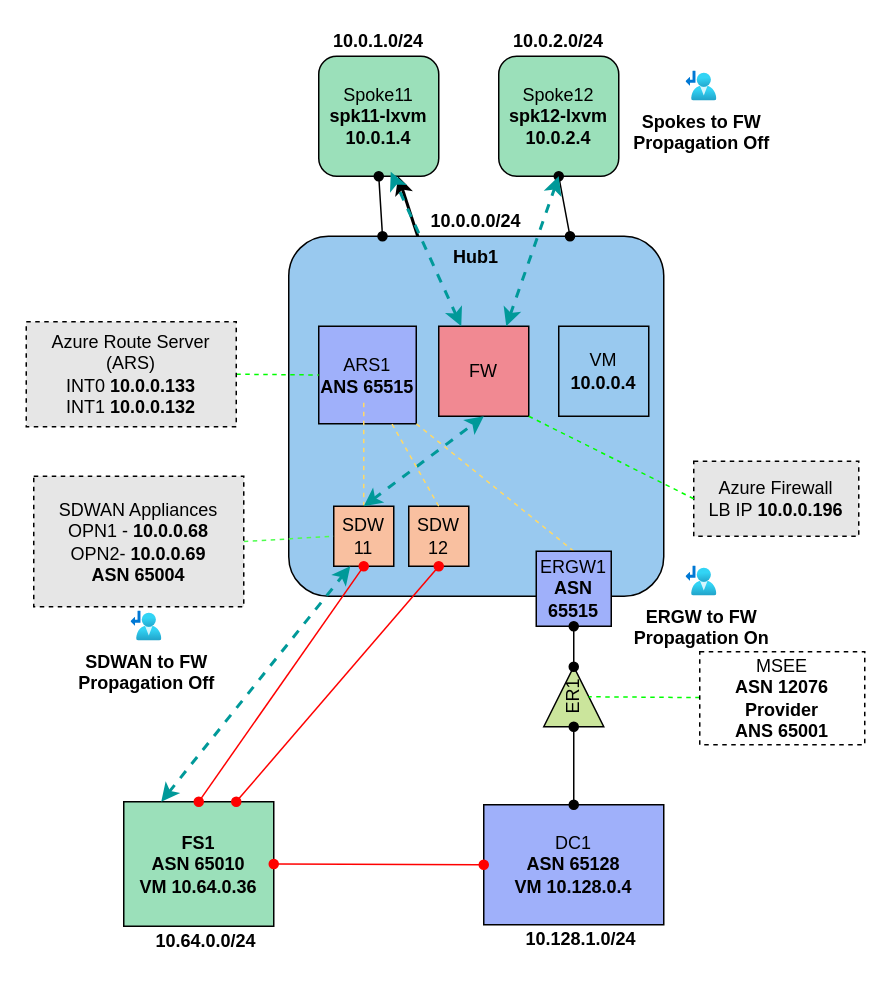
Earlier version of the draw.io diagram ars-sdwan-er/media/lab.drawio (dmauser/azure-routeserver). Source tidied: cells renumbered, new cells numbered last; positions are measured from the earlier drawing's top-left corner, leaving out a move shared by most shapes. Both pictures are drawn from the tidied source at 150%, with x=0, y=0 at pixel (26, 26).
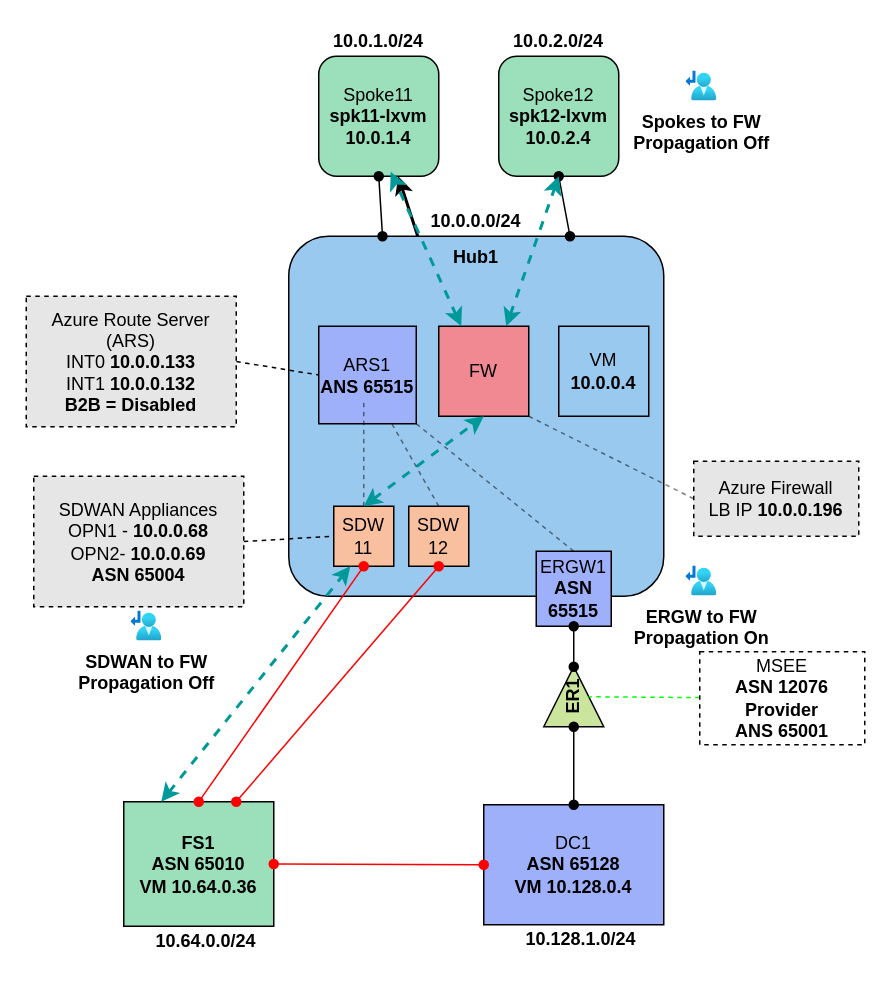
The same page after the edit.

The change refers to these unchanged cells:
```xml
<mxCell id="7" value="ARS1&lt;br&gt;&lt;b&gt;ANS 65515&lt;/b&gt;" style="whiteSpace=wrap;html=1;fillColor=#9FB0FA;" parent="1" vertex="1">
  <mxGeometry x="195" y="200" width="65" height="65" as="geometry" />
</mxCell>
<mxCell id="9" value="SDW&lt;br&gt;11" style="whiteSpace=wrap;html=1;fillColor=#F9C0A0;direction=south;" parent="1" vertex="1">
  <mxGeometry x="205" y="320" width="40" height="40" as="geometry" />
</mxCell>
<mxCell id="10" value="FW" style="whiteSpace=wrap;html=1;gradientColor=none;fillStyle=auto;fillColor=#F18992;" parent="1" vertex="1">
  <mxGeometry x="275" y="200" width="60" height="60" as="geometry" />
</mxCell>
<mxCell id="18" value="ERGW1&lt;br&gt;&lt;b&gt;ASN 65515&lt;/b&gt;" style="whiteSpace=wrap;html=1;fillStyle=auto;fillColor=#9FB0FA;" parent="1" vertex="1">
  <mxGeometry x="340" y="350" width="50" height="50" as="geometry" />
</mxCell>
<mxCell id="31" value="SDWAN Appliances&lt;br&gt;OPN1 -&amp;nbsp;&lt;b&gt;10.0.0.68&lt;/b&gt;&lt;br&gt;OPN2-&amp;nbsp;&lt;b&gt;10.0.0.69&lt;br&gt;ASN 65004&lt;br&gt;&lt;/b&gt;" style="text;html=1;strokeColor=default;fillColor=#E6E6E6;align=center;verticalAlign=middle;whiteSpace=wrap;rounded=0;dashed=1;" parent="1" vertex="1">
  <mxGeometry x="5" y="300" width="140" height="87" as="geometry" />
</mxCell>
<mxCell id="32" value="Azure Firewall&lt;br&gt;LB IP&amp;nbsp;&lt;b&gt;10.0.0.196&lt;/b&gt;" style="text;html=1;strokeColor=default;fillColor=#E6E6E6;align=center;verticalAlign=middle;whiteSpace=wrap;rounded=0;dashed=1;" parent="1" vertex="1">
  <mxGeometry x="445" y="290" width="110" height="50" as="geometry" />
</mxCell>
<mxCell id="35" value="SDW&lt;br&gt;12" style="whiteSpace=wrap;html=1;fillColor=#F9C0A0;direction=south;" parent="1" vertex="1">
  <mxGeometry x="255" y="320" width="40" height="40" as="geometry" />
</mxCell>
```

The edit, as a diff of the source:
```diff
@@
-<mxGraphModel background="#ffffff">
+<mxGraphModel>
@@
-    <mxCell id="6" value="ER1" style="triangle;whiteSpace=wrap;html=1;rotation=-90;fillColor=#CBE59C;" parent="1" vertex="1">
+    <mxCell id="6" value="ER1" style="triangle;whiteSpace=wrap;html=1;rotation=-90;fillColor=#CBE59C;fontStyle=1;" parent="1" vertex="1">
       <mxGeometry x="345" y="427" width="40" height="40" as="geometry" />
     </mxCell>
@@
-    <mxCell id="8" style="rounded=0;jettySize=auto;html=1;exitX=0;exitY=0.5;exitDx=0;exitDy=0;dashed=1;strokeColor=#FFD966;endArrow=none;endFill=0;" parent="1" edge="1" source="9">
+    <mxCell id="8" style="rounded=0;jettySize=auto;html=1;exitX=0;exitY=0.5;exitDx=0;exitDy=0;dashed=1;strokeColor=#000000;endArrow=none;endFill=0;opacity=50;" parent="1" edge="1" source="9">
       <mxGeometry relative="1" as="geometry">
         <mxPoint x="225" y="250" as="targetPoint" />
       </mxGeometry>
     </mxCell>
@@
-    <mxCell id="11" style="rounded=0;jettySize=auto;html=1;exitX=0.5;exitY=0;exitDx=0;exitDy=0;entryX=1;entryY=1;entryDx=0;entryDy=0;endArrow=none;endFill=0;dashed=1;strokeColor=#FFD966;" parent="1" edge="1" source="18" target="7">
+    <mxCell id="11" style="rounded=0;jettySize=auto;html=1;exitX=0.5;exitY=0;exitDx=0;exitDy=0;entryX=1;entryY=1;entryDx=0;entryDy=0;endArrow=none;endFill=0;dashed=1;strokeColor=#000000;opacity=50;" parent="1" edge="1" source="18" target="7">
       <mxGeometry relative="1" as="geometry" />
     </mxCell>
@@
-    <mxCell id="28" style="rounded=0;jettySize=auto;html=1;exitX=1;exitY=0.5;exitDx=0;exitDy=0;entryX=0;entryY=0.5;entryDx=0;entryDy=0;dashed=1;startArrow=none;startFill=0;endArrow=none;endFill=0;strokeColor=#00FF00;" parent="1" edge="1" source="29" target="7">
+    <mxCell id="28" style="rounded=0;jettySize=auto;html=1;exitX=1;exitY=0.5;exitDx=0;exitDy=0;entryX=0;entryY=0.5;entryDx=0;entryDy=0;dashed=1;startArrow=none;startFill=0;endArrow=none;endFill=0;strokeColor=#000000;" parent="1" edge="1" source="29" target="7">
       <mxGeometry relative="1" as="geometry" />
     </mxCell>
-    <mxCell id="29" value="&lt;font style=&quot;&quot;&gt;Azure Route Server (ARS)&lt;br&gt;&lt;div style=&quot;&quot;&gt;INT0 &lt;b&gt;10.0.0.133&lt;/b&gt;&lt;/div&gt;&lt;div style=&quot;&quot;&gt;INT1 &lt;b&gt;10.0.0.132&lt;/b&gt;&lt;/div&gt;&lt;/font&gt;" style="text;html=1;strokeColor=default;fillColor=#E6E6E6;align=center;verticalAlign=middle;whiteSpace=wrap;rounded=0;dashed=1;" parent="1" vertex="1">
-      <mxGeometry y="197" width="140" height="70" as="geometry" />
+    <mxCell id="29" value="&lt;font style=&quot;&quot;&gt;Azure Route Server (ARS)&lt;br&gt;&lt;div style=&quot;&quot;&gt;INT0 &lt;b&gt;10.0.0.133&lt;/b&gt;&lt;/div&gt;&lt;div style=&quot;&quot;&gt;INT1 &lt;b&gt;10.0.0.132&lt;/b&gt;&lt;/div&gt;&lt;div style=&quot;&quot;&gt;&lt;b&gt;B2B = Disabled&lt;/b&gt;&lt;/div&gt;&lt;/font&gt;" style="text;html=1;strokeColor=default;fillColor=#E6E6E6;align=center;verticalAlign=middle;whiteSpace=wrap;rounded=0;dashed=1;" parent="1" vertex="1">
+      <mxGeometry y="180" width="140" height="87" as="geometry" />
     </mxCell>
-    <mxCell id="30" style="rounded=0;jettySize=auto;html=1;exitX=1;exitY=0.5;exitDx=0;exitDy=0;entryX=0.5;entryY=1;entryDx=0;entryDy=0;dashed=1;startArrow=none;startFill=0;endArrow=none;endFill=0;strokeColor=#4dfe4d;" parent="1" edge="1" source="31" target="9">
+    <mxCell id="30" style="rounded=0;jettySize=auto;html=1;exitX=1;exitY=0.5;exitDx=0;exitDy=0;entryX=0.5;entryY=1;entryDx=0;entryDy=0;dashed=1;startArrow=none;startFill=0;endArrow=none;endFill=0;strokeColor=#000000;" parent="1" edge="1" source="31" target="9">
       <mxGeometry relative="1" as="geometry" />
     </mxCell>
@@
-    <mxCell id="36" style="rounded=0;jettySize=auto;html=1;exitX=0;exitY=0.5;exitDx=0;exitDy=0;dashed=1;strokeColor=#FFD966;endArrow=none;endFill=0;entryX=0.75;entryY=1;entryDx=0;entryDy=0;" parent="1" edge="1" source="35" target="7">
+    <mxCell id="36" style="rounded=0;jettySize=auto;html=1;exitX=0;exitY=0.5;exitDx=0;exitDy=0;dashed=1;strokeColor=#000000;endArrow=none;endFill=0;entryX=0.75;entryY=1;entryDx=0;entryDy=0;opacity=50;" parent="1" edge="1" source="35" target="7">
       <mxGeometry relative="1" as="geometry" />
     </mxCell>
@@
-    <mxCell id="40" style="rounded=0;jettySize=auto;html=1;exitX=0;exitY=0.5;exitDx=0;exitDy=0;dashed=1;startArrow=none;startFill=0;endArrow=none;endFill=0;strokeColor=#00FF00;entryX=1;entryY=1;entryDx=0;entryDy=0;" parent="1" edge="1" source="32" target="10">
+    <mxCell id="40" style="rounded=0;jettySize=auto;html=1;exitX=0;exitY=0.5;exitDx=0;exitDy=0;dashed=1;startArrow=none;startFill=0;endArrow=none;endFill=0;strokeColor=#000000;entryX=1;entryY=1;entryDx=0;entryDy=0;opacity=50;" parent="1" edge="1" source="32" target="10">
       <mxGeometry relative="1" as="geometry" />
     </mxCell>
```
